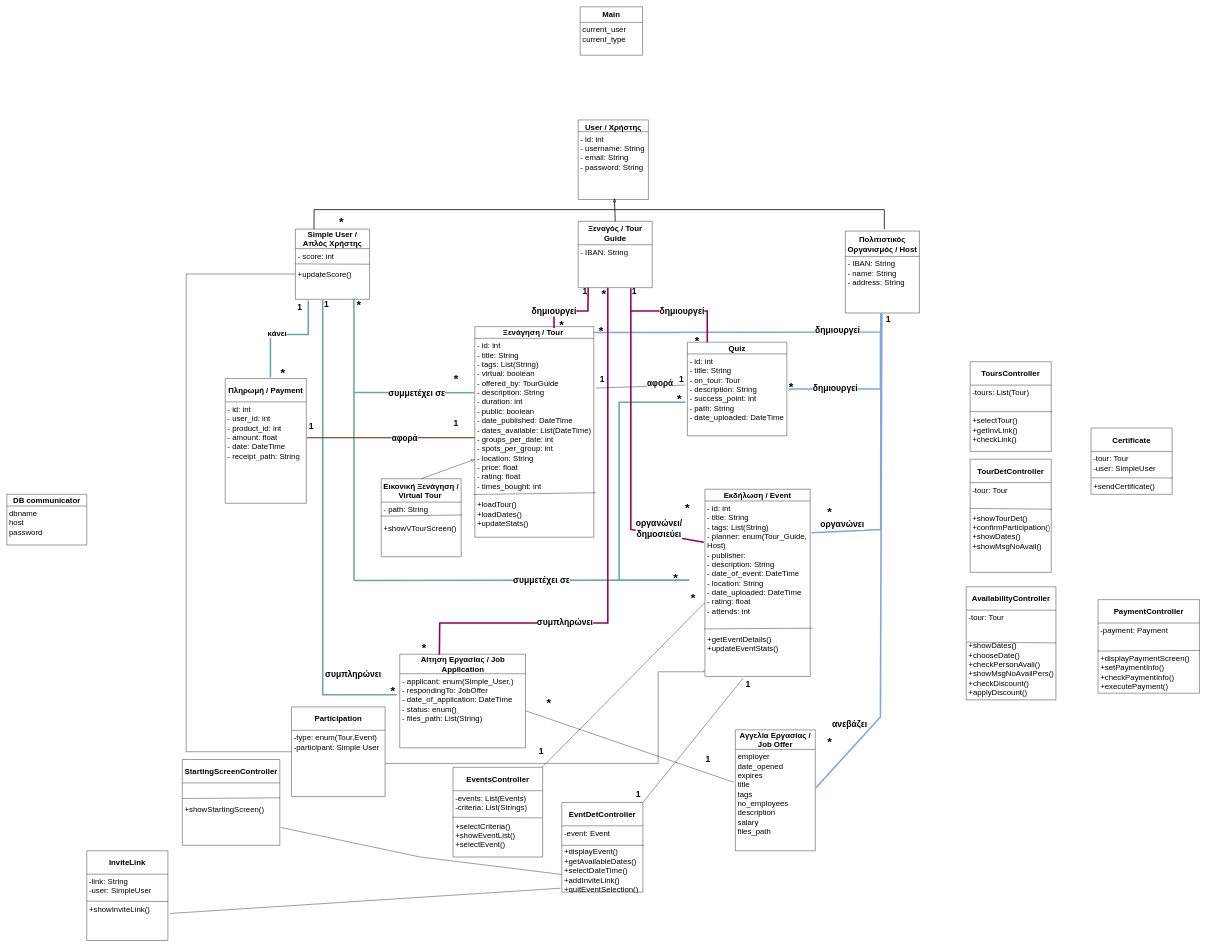
This is Phase-4/TempFiles/Diagrams/Domain-Model-v0.3-Zisis.drawio from sfikastheo/CEID-SoftwareEngineering-2023, a draw.io file, before an edit. Source tidied: cells renumbered, new cells numbered last; positions are measured from the earlier drawing's top-left corner, leaving out a move shared by most shapes. Both pictures are drawn from the tidied source at 39%, with x=0, y=0 at pixel (7, 7).
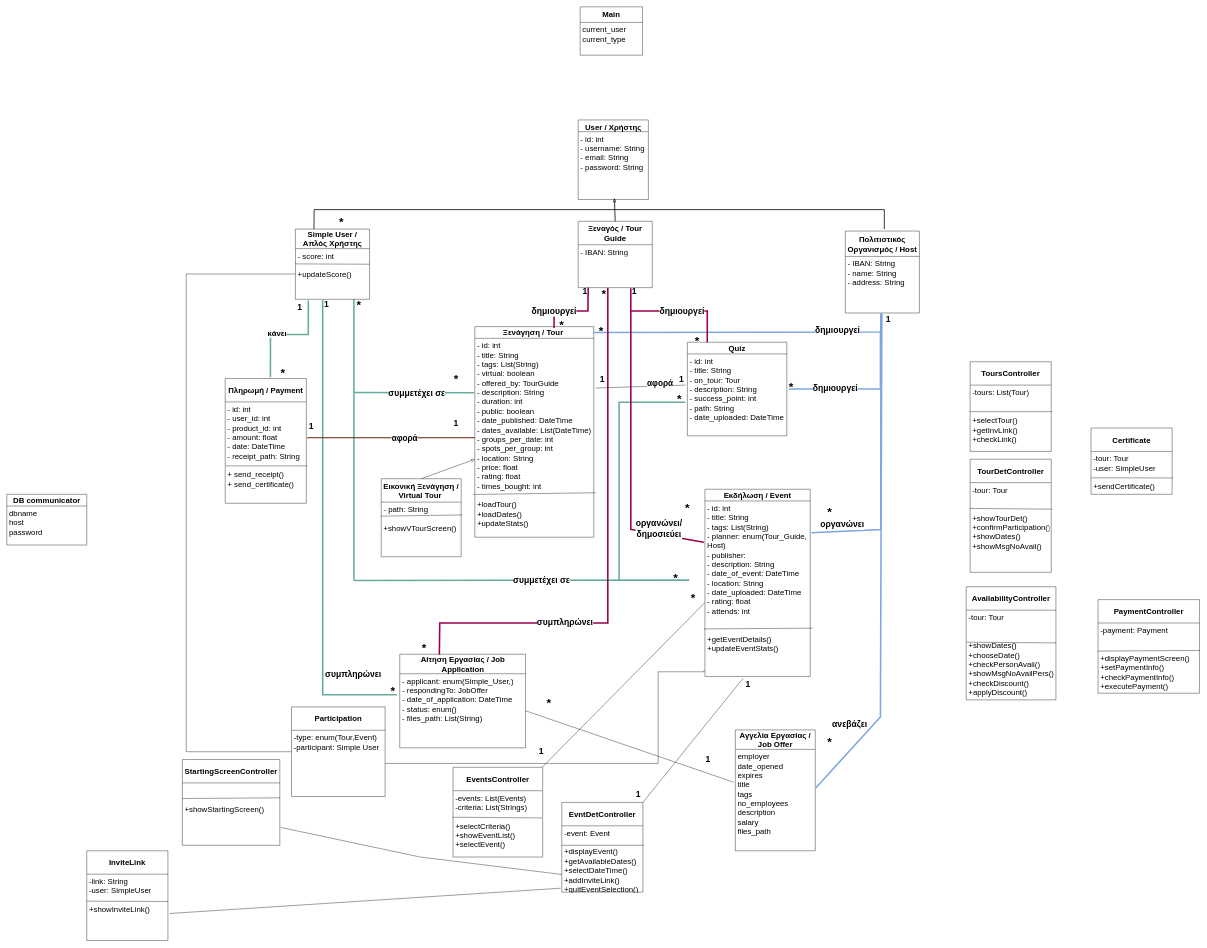
Above is the later version.

The change refers to these unchanged cells:
```xml
<mxCell id="13" value="&lt;b style=&quot;font-size: 20px;&quot;&gt;Πληρωμή / Payment&lt;/b&gt;" style="swimlane;fontStyle=0;horizontal=1;startSize=60;whiteSpace=wrap;html=1;verticalAlign=middle;fontSize=20;" parent="1" vertex="1">
  <mxGeometry x="560" y="953" width="208" height="320" as="geometry" />
</mxCell>
```

What changed in the source:
```diff
@@
-    <mxCell id="14" value="- id: int&lt;br style=&quot;font-size: 20px;&quot;&gt;- user_id: int&lt;br style=&quot;font-size: 20px;&quot;&gt;- product_id: int&lt;br style=&quot;font-size: 20px;&quot;&gt;- amount: float&lt;br style=&quot;font-size: 20px;&quot;&gt;- date: DateTime&lt;br style=&quot;font-size: 20px;&quot;&gt;- receipt_path: String&amp;nbsp;" style="text;strokeColor=none;fillColor=none;align=left;verticalAlign=top;spacingLeft=4;spacingRight=4;overflow=hidden;points=[[0,0.5],[1,0.5]];portConstraint=eastwest;whiteSpace=wrap;html=1;fontSize=20;" parent="13" vertex="1">
-      <mxGeometry y="60" width="208" height="170" as="geometry" />
+    <mxCell id="14" value="- id: int&lt;br style=&quot;font-size: 20px;&quot;&gt;- user_id: int&lt;br style=&quot;font-size: 20px;&quot;&gt;- product_id: int&lt;br style=&quot;font-size: 20px;&quot;&gt;- amount: float&lt;br style=&quot;font-size: 20px;&quot;&gt;- date: DateTime&lt;br style=&quot;font-size: 20px;&quot;&gt;- receipt_path: String&amp;nbsp;&lt;br&gt;&lt;br&gt;+ send_receipt()&lt;br&gt;+ send_certificate()" style="text;strokeColor=none;fillColor=none;align=left;verticalAlign=top;spacingLeft=4;spacingRight=4;overflow=hidden;points=[[0,0.5],[1,0.5]];portConstraint=eastwest;whiteSpace=wrap;html=1;fontSize=20;" parent="13" vertex="1">
+      <mxGeometry y="60" width="208" height="260" as="geometry" />
     </mxCell>
+    <mxCell id="133" style="endArrow=none;html=1;rounded=0;exitX=0.007;exitY=0.631;exitDx=0;exitDy=0;exitPerimeter=0;" parent="13" edge="1" source="14">
+      <mxGeometry relative="1" as="geometry">
+        <mxPoint x="210" y="224" as="targetPoint" />
+      </mxGeometry>
+    </mxCell>
```
